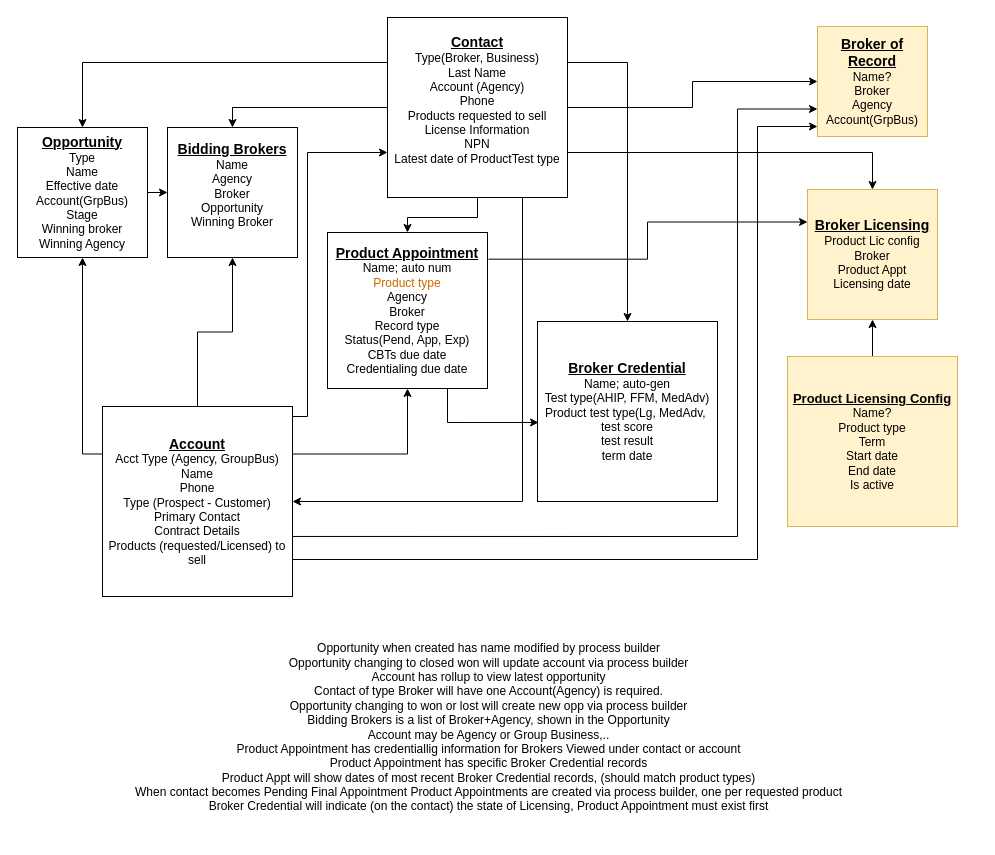
Earlier version of the draw.io diagram ERD-Book-2 (10).drawio (rmsjts88/TestingRepo-1). Source tidied: cells renumbered, new cells numbered last; positions are measured from the earlier drawing's top-left corner, leaving out a move shared by most shapes. Both pictures are drawn from the tidied source at 100%, with x=0, y=0 at pixel (17, 17).
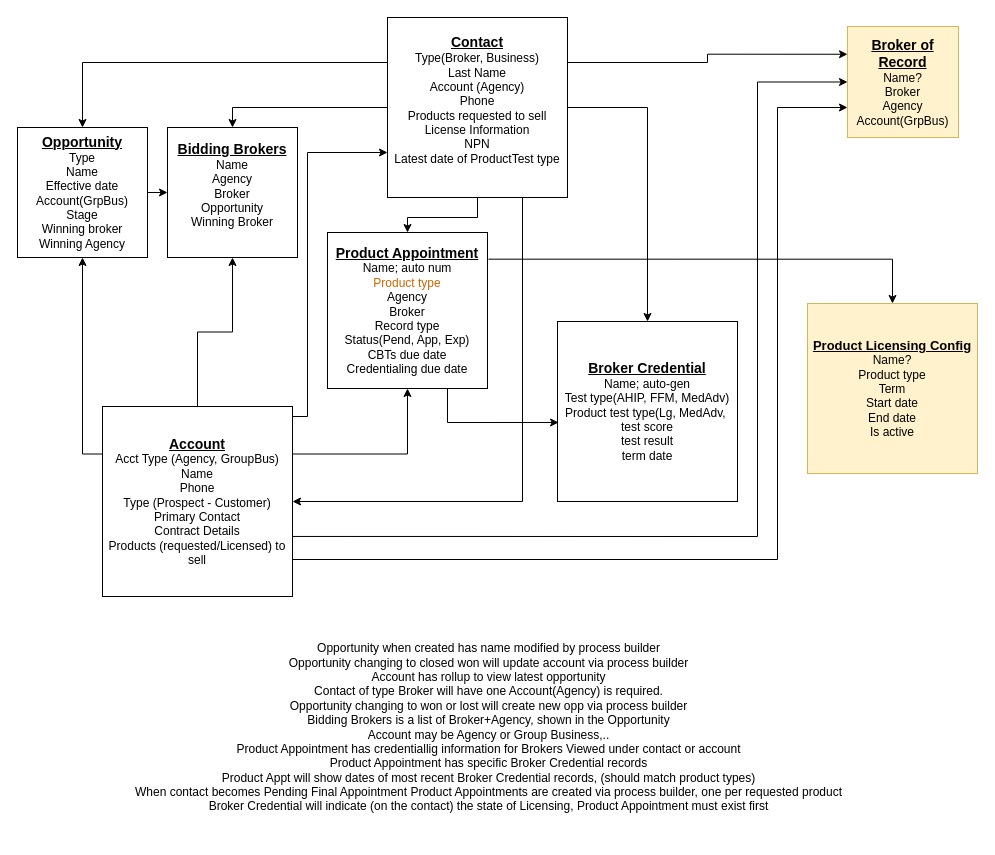
After the change.

The change refers to these unchanged cells:
```xml
<mxCell id="12" value="&lt;b&gt;&lt;font style=&quot;font-size: 14px&quot;&gt;&lt;u&gt;Contact&lt;/u&gt;&lt;/font&gt;&lt;/b&gt;&lt;br&gt;Type(Broker, Business)&lt;br&gt;Last Name&lt;br&gt;Account (Agency)&lt;br&gt;Phone&lt;br&gt;Products requested to sell&lt;br&gt;License Information&lt;br&gt;NPN&lt;br&gt;Latest date of ProductTest type&lt;br&gt;&lt;br&gt;" style="whiteSpace=wrap;html=1;" parent="1" vertex="1">
  <mxGeometry x="370" width="180" height="180" as="geometry" />
</mxCell>
<mxCell id="24" value="&lt;b&gt;&lt;u&gt;&lt;font style=&quot;font-size: 14px&quot;&gt;Account&lt;/font&gt;&lt;/u&gt;&lt;/b&gt;&lt;br&gt;Acct Type (Agency, GroupBus)&lt;br&gt;Name&lt;br&gt;Phone&lt;br&gt;Type (Prospect - Customer)&lt;br&gt;Primary Contact&lt;br&gt;Contract Details&lt;br&gt;Products (requested/Licensed) to sell&lt;br&gt;" style="whiteSpace=wrap;html=1;" parent="1" vertex="1">
  <mxGeometry x="85" y="389" width="190" height="190" as="geometry" />
</mxCell>
<mxCell id="26" value="&lt;u&gt;&lt;font style=&quot;font-size: 14px&quot;&gt;&lt;b&gt;Product Appointment&lt;/b&gt;&lt;/font&gt;&lt;/u&gt;&lt;br&gt;&lt;span&gt;Name; auto num&lt;/span&gt;&lt;br&gt;&lt;span&gt;&lt;font color=&quot;#cc6600&quot;&gt;Product type&lt;/font&gt;&lt;/span&gt;&lt;br&gt;&lt;span&gt;Agency&lt;/span&gt;&lt;br&gt;&lt;span&gt;Broker&lt;br&gt;Record type&lt;br&gt;Status(Pend, App, Exp)&lt;br&gt;CBTs due date&lt;br&gt;Credentialing due date&lt;br&gt;&lt;/span&gt;" style="rounded=0;whiteSpace=wrap;html=1;rotation=0;" parent="1" vertex="1">
  <mxGeometry x="310" y="215" width="160" height="156" as="geometry" />
</mxCell>
```

Change to the diagram source:
```diff
@@
-    <mxCell id="6" style="edgeStyle=orthogonalEdgeStyle;rounded=0;jettySize=auto;html=1;entryX=0;entryY=0.5;entryDx=0;entryDy=0;" parent="1" edge="1" source="12" target="13">
-      <mxGeometry relative="1" as="geometry" />
-    </mxCell>
@@
-    <mxCell id="9" style="edgeStyle=orthogonalEdgeStyle;rounded=0;jettySize=auto;html=1;exitX=1;exitY=0.25;exitDx=0;exitDy=0;entryX=0.5;entryY=0;entryDx=0;entryDy=0;" parent="1" edge="1" source="12" target="27">
-      <mxGeometry relative="1" as="geometry" />
+    <mxCell id="9" style="edgeStyle=orthogonalEdgeStyle;rounded=0;jettySize=auto;html=1;exitX=1;exitY=0.5;exitDx=0;exitDy=0;entryX=0.5;entryY=0;entryDx=0;entryDy=0;" parent="1" edge="1" source="12" target="27">
+      <mxGeometry relative="1" as="geometry">
+        <Array as="points">
+          <mxPoint x="630" y="90" />
+        </Array>
+      </mxGeometry>
     </mxCell>
@@
-    <mxCell id="11" style="edgeStyle=orthogonalEdgeStyle;rounded=0;jettySize=auto;html=1;exitX=1;exitY=0.75;exitDx=0;exitDy=0;entryX=0.5;entryY=0;entryDx=0;entryDy=0;" parent="1" edge="1" source="12" target="15">
-      <mxGeometry relative="1" as="geometry" />
-    </mxCell>
+    <mxCell id="6" style="edgeStyle=orthogonalEdgeStyle;rounded=0;jettySize=auto;html=1;exitX=1;exitY=0.25;exitDx=0;exitDy=0;entryX=0;entryY=0.25;entryDx=0;entryDy=0;" parent="1" edge="1" source="12" target="13">
+      <mxGeometry relative="1" as="geometry" />
+    </mxCell>
@@
     <mxCell id="13" value="&lt;b&gt;&lt;u&gt;&lt;font style=&quot;font-size: 14px&quot;&gt;Broker of Record&lt;/font&gt;&lt;/u&gt;&lt;/b&gt;&lt;br&gt;Name?&lt;br&gt;Broker&lt;br&gt;Agency&lt;br&gt;Account(GrpBus)&lt;br&gt;" style="whiteSpace=wrap;html=1;fillColor=#fff2cc;strokeColor=#d6b656;" parent="1" vertex="1">
-      <mxGeometry x="800" y="9" width="110" height="110" as="geometry" />
+      <mxGeometry x="830" y="9" width="111" height="111" as="geometry" />
     </mxCell>
-    <mxCell id="14" style="edgeStyle=orthogonalEdgeStyle;rounded=0;jettySize=auto;html=1;exitX=1.006;exitY=0.171;exitDx=0;exitDy=0;entryX=0;entryY=0.25;entryDx=0;entryDy=0;exitPerimeter=0;" parent="1" edge="1" source="26" target="15">
+    <mxCell id="14" style="edgeStyle=orthogonalEdgeStyle;rounded=0;jettySize=auto;html=1;exitX=1.006;exitY=0.171;exitDx=0;exitDy=0;entryX=0.5;entryY=0;entryDx=0;entryDy=0;exitPerimeter=0;" parent="1" edge="1" source="26" target="17">
       <mxGeometry relative="1" as="geometry" />
     </mxCell>
-    <mxCell id="15" value="&lt;b&gt;&lt;u&gt;&lt;font style=&quot;font-size: 14px&quot;&gt;Broker Licensing&lt;/font&gt;&lt;/u&gt;&lt;/b&gt;&lt;br&gt;Product Lic config&lt;br&gt;Broker&lt;br&gt;Product Appt&lt;br&gt;Licensing date&lt;br&gt;" style="whiteSpace=wrap;html=1;fillColor=#fff2cc;strokeColor=#d6b656;rotation=0;" parent="1" vertex="1">
-      <mxGeometry x="790" y="172" width="130" height="130" as="geometry" />
-    </mxCell>
-    <mxCell id="16" style="edgeStyle=orthogonalEdgeStyle;rounded=0;jettySize=auto;html=1;exitX=0.5;exitY=0;exitDx=0;exitDy=0;entryX=0.5;entryY=1;entryDx=0;entryDy=0;" parent="1" edge="1" source="17" target="15">
-      <mxGeometry relative="1" as="geometry" />
-    </mxCell>
     <mxCell id="17" value="&lt;b&gt;&lt;u&gt;&lt;font style=&quot;font-size: 13px&quot;&gt;Product Licensing Config&lt;/font&gt;&lt;/u&gt;&lt;/b&gt;&lt;br&gt;Name?&lt;br&gt;Product type&lt;br&gt;Term&lt;br&gt;Start date&lt;br&gt;End date&lt;br&gt;Is active&lt;br&gt;" style="whiteSpace=wrap;html=1;fillColor=#fff2cc;strokeColor=#d6b656;" parent="1" vertex="1">
-      <mxGeometry x="770" y="339" width="170" height="170" as="geometry" />
+      <mxGeometry x="790" y="286" width="170" height="170" as="geometry" />
     </mxCell>
@@
-    <mxCell id="21" style="edgeStyle=orthogonalEdgeStyle;rounded=0;jettySize=auto;html=1;exitX=0.974;exitY=0.684;exitDx=0;exitDy=0;entryX=0;entryY=0.75;entryDx=0;entryDy=0;exitPerimeter=0;" parent="1" edge="1" source="24" target="13">
+    <mxCell id="21" style="edgeStyle=orthogonalEdgeStyle;rounded=0;jettySize=auto;html=1;exitX=0.974;exitY=0.684;exitDx=0;exitDy=0;entryX=0;entryY=0.5;entryDx=0;entryDy=0;exitPerimeter=0;" parent="1" edge="1" source="24" target="13">
       <mxGeometry relative="1" as="geometry">
         <Array as="points">
-          <mxPoint x="720" y="519" />
-          <mxPoint x="720" y="92" />
+          <mxPoint x="740" y="519" />
+          <mxPoint x="740" y="65" />
         </Array>
       </mxGeometry>
     </mxCell>
@@
-    <mxCell id="23" style="edgeStyle=orthogonalEdgeStyle;rounded=0;jettySize=auto;html=1;exitX=1;exitY=0.75;exitDx=0;exitDy=0;entryX=0;entryY=0.909;entryDx=0;entryDy=0;entryPerimeter=0;" parent="1" edge="1" source="24" target="13">
+    <mxCell id="23" style="edgeStyle=orthogonalEdgeStyle;rounded=0;jettySize=auto;html=1;exitX=1;exitY=0.75;exitDx=0;exitDy=0;" parent="1" edge="1" source="24">
       <mxGeometry relative="1" as="geometry">
+        <mxPoint x="830" y="90" as="targetPoint" />
         <Array as="points">
-          <mxPoint x="740" y="542" />
-          <mxPoint x="740" y="109" />
+          <mxPoint x="275" y="542" />
+          <mxPoint x="760" y="542" />
+          <mxPoint x="760" y="90" />
+          <mxPoint x="830" y="90" />
         </Array>
       </mxGeometry>
     </mxCell>
@@
     <mxCell id="27" value="&lt;b&gt;&lt;u&gt;&lt;font style=&quot;font-size: 14px&quot;&gt;Broker Credential&lt;/font&gt;&lt;/u&gt;&lt;/b&gt;&lt;br&gt;Name; auto-gen&lt;br&gt;Test type(AHIP, FFM, MedAdv)&lt;br&gt;Product test type(Lg, MedAdv,&amp;nbsp;&lt;br&gt;test score&lt;br&gt;test result&lt;br&gt;term date&lt;br&gt;" style="whiteSpace=wrap;html=1;" parent="1" vertex="1">
-      <mxGeometry x="520" y="304" width="180" height="180" as="geometry" />
+      <mxGeometry x="540" y="304" width="180" height="180" as="geometry" />
     </mxCell>
```
